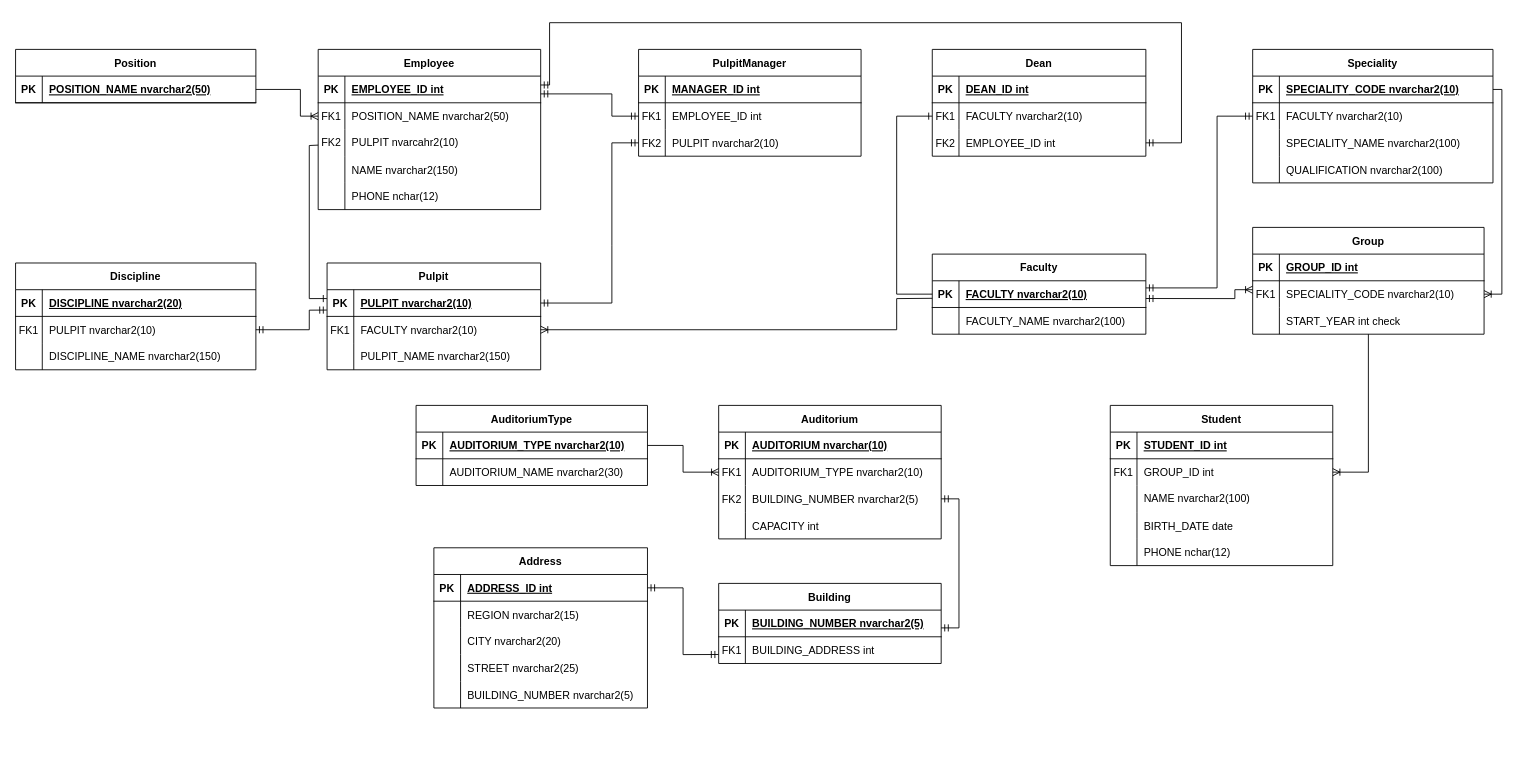
This is page "Oracle" (2 of 4) of Lab1/Schemas.drawio from 0ero-1ne/CSPA-methods, a draw.io file, before an edit. Source tidied: cells renumbered, new cells numbered last; positions are measured from the earlier drawing's top-left corner, leaving out a move shared by most shapes. Both pictures are drawn from the tidied source at 89%, with x=0, y=0 at pixel (15, 22).
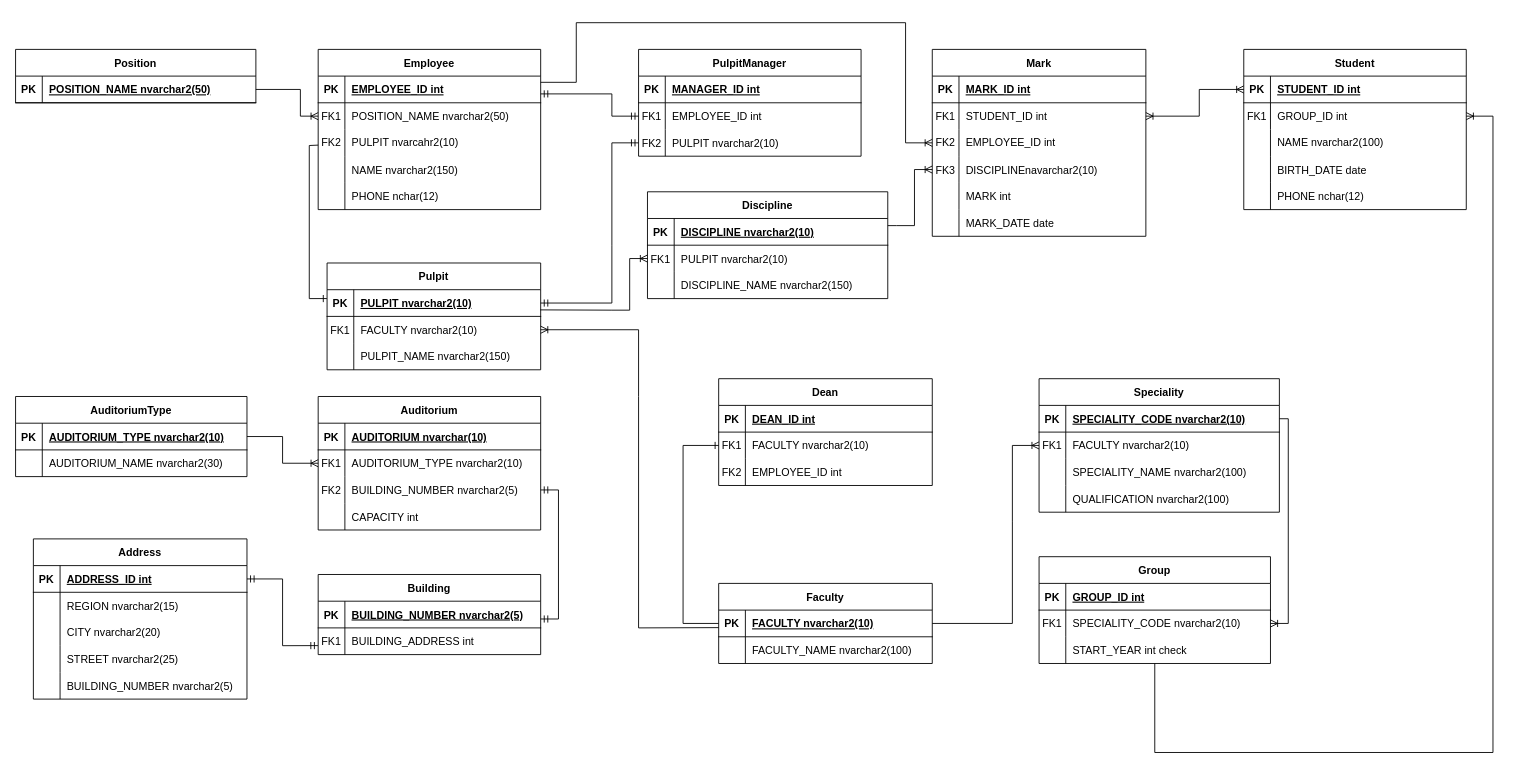
Above is the later version.

Unchanged cells that the change refers to:
```xml
<mxCell id="3" style="shape=partialRectangle;fillColor=none;points=[[0,0.5],[1,0.5]];portConstraint=eastwest;top=0;left=0;right=0;bottom=1;" parent="2" vertex="1">
  <mxGeometry y="30" width="240" height="30" as="geometry" />
</mxCell>
<mxCell id="6" style="shape=partialRectangle;fillColor=none;points=[[0,0.5],[1,0.5]];portConstraint=eastwest;top=0;left=0;right=0;bottom=0;" parent="2" vertex="1">
  <mxGeometry y="60" width="240" height="30" as="geometry" />
</mxCell>
<mxCell id="16" style="shape=partialRectangle;fillColor=none;points=[[0,0.5],[1,0.5]];portConstraint=eastwest;top=0;left=0;right=0;bottom=0;" parent="12" vertex="1">
  <mxGeometry y="60" width="250" height="30" as="geometry" />
</mxCell>
<mxCell id="20" style="shape=partialRectangle;fillColor=none;points=[[0,0.5],[1,0.5]];portConstraint=eastwest;top=0;left=0;right=0;bottom=1;" parent="19" vertex="1">
  <mxGeometry y="30" width="240" height="30" as="geometry" />
</mxCell>
<mxCell id="27" style="shape=partialRectangle;fillColor=none;points=[[0,0.5],[1,0.5]];portConstraint=eastwest;top=0;left=0;right=0;bottom=1;" parent="26" vertex="1">
  <mxGeometry y="30" width="240" height="30" as="geometry" />
</mxCell>
<mxCell id="43" style="shape=partialRectangle;fillColor=none;points=[[0,0.5],[1,0.5]];portConstraint=eastwest;top=0;left=0;right=0;bottom=1;" parent="42" vertex="1">
  <mxGeometry y="30" width="260" height="30" as="geometry" />
</mxCell>
<mxCell id="53" style="shape=partialRectangle;fillColor=none;points=[[0,0.5],[1,0.5]];portConstraint=eastwest;top=0;left=0;right=0;bottom=0;" parent="49" vertex="1">
  <mxGeometry y="60" width="250" height="30" as="geometry" />
</mxCell>
<mxCell id="56" style="shape=partialRectangle;fillColor=none;points=[[0,0.5],[1,0.5]];portConstraint=eastwest;top=0;left=0;right=0;bottom=0;" parent="49" vertex="1">
  <mxGeometry y="90" width="250" height="30" as="geometry" />
</mxCell>
<mxCell id="86" style="shape=partialRectangle;fillColor=none;points=[[0,0.5],[1,0.5]];portConstraint=eastwest;top=0;left=0;right=0;bottom=0;" parent="82" vertex="1">
  <mxGeometry y="60" width="240" height="30" as="geometry" />
</mxCell>
<mxCell id="89" style="shape=partialRectangle;fillColor=none;points=[[0,0.5],[1,0.5]];portConstraint=eastwest;top=0;left=0;right=0;bottom=0;" parent="82" vertex="1">
  <mxGeometry y="90" width="240" height="30" as="geometry" />
</mxCell>
<mxCell id="103" style="shape=partialRectangle;fillColor=none;points=[[0,0.5],[1,0.5]];portConstraint=eastwest;top=0;left=0;right=0;bottom=1;" parent="102" vertex="1">
  <mxGeometry y="30" width="270" height="30" as="geometry" />
</mxCell>
<mxCell id="106" style="shape=partialRectangle;fillColor=none;points=[[0,0.5],[1,0.5]];portConstraint=eastwest;top=0;left=0;right=0;bottom=0;" parent="102" vertex="1">
  <mxGeometry y="60" width="270" height="30" as="geometry" />
</mxCell>
<mxCell id="113" style="shape=partialRectangle;fillColor=none;points=[[0,0.5],[1,0.5]];portConstraint=eastwest;top=0;left=0;right=0;bottom=1;" parent="112" vertex="1">
  <mxGeometry y="30" width="270" height="30" as="geometry" />
</mxCell>
<mxCell id="116" style="shape=partialRectangle;fillColor=none;points=[[0,0.5],[1,0.5]];portConstraint=eastwest;top=0;left=0;right=0;bottom=0;" parent="112" vertex="1">
  <mxGeometry y="60" width="270" height="30" as="geometry" />
</mxCell>
<mxCell id="129" style="shape=partialRectangle;fillColor=none;points=[[0,0.5],[1,0.5]];portConstraint=eastwest;top=0;left=0;right=0;bottom=0;" parent="125" vertex="1">
  <mxGeometry y="60" width="260" height="30" as="geometry" />
</mxCell>
<mxCell id="136" style="shape=partialRectangle;fillColor=none;points=[[0,0.5],[1,0.5]];portConstraint=eastwest;top=0;left=0;right=0;bottom=1;" parent="135" vertex="1">
  <mxGeometry y="30" width="250" height="30" as="geometry" />
</mxCell>
<mxCell id="139" style="shape=partialRectangle;fillColor=none;points=[[0,0.5],[1,0.5]];portConstraint=eastwest;top=0;left=0;right=0;bottom=0;" parent="135" vertex="1">
  <mxGeometry y="60" width="250" height="30" as="geometry" />
</mxCell>
```

Change to the diagram source:
```diff
@@
     <mxCell id="12" value="Building" style="shape=table;startSize=30;childLayout=tableLayout;rowLines=0;fontStyle=1;align=center;" parent="1" vertex="1">
-      <mxGeometry x="790" y="630" width="250" height="90" as="geometry" />
+      <mxGeometry x="340" y="620" width="250" height="90" as="geometry" />
     </mxCell>
@@
     <mxCell id="19" value="Faculty" style="shape=table;startSize=30;childLayout=tableLayout;rowLines=0;fontStyle=1;align=center;" parent="1" vertex="1">
-      <mxGeometry x="1030" y="260" width="240" height="90" as="geometry" />
+      <mxGeometry x="790" y="630" width="240" height="90" as="geometry" />
     </mxCell>
@@
     <mxCell id="26" value="Address" style="shape=table;startSize=30;childLayout=tableLayout;rowLines=0;fontStyle=1;align=center;" parent="1" vertex="1">
-      <mxGeometry x="470" y="590" width="240" height="180" as="geometry" />
+      <mxGeometry x="20" y="580" width="240" height="180" as="geometry" />
     </mxCell>
@@
     <mxCell id="42" value="AuditoriumType" style="shape=table;startSize=30;childLayout=tableLayout;rowLines=0;fontStyle=1;align=center;" parent="1" vertex="1">
-      <mxGeometry x="450" y="430" width="260" height="90" as="geometry" />
+      <mxGeometry y="420" width="260" height="90" as="geometry" />
     </mxCell>
@@
     <mxCell id="49" value="Auditorium" style="shape=table;startSize=30;childLayout=tableLayout;rowLines=0;fontStyle=1;align=center;" parent="1" vertex="1">
-      <mxGeometry x="790" y="430" width="250" height="150" as="geometry" />
+      <mxGeometry x="340" y="420" width="250" height="150" as="geometry" />
     </mxCell>
@@
     <mxCell id="82" value="Dean" style="shape=table;startSize=30;childLayout=tableLayout;rowLines=0;fontStyle=1;align=center;" parent="1" vertex="1">
-      <mxGeometry x="1030" y="30" width="240" height="120" as="geometry" />
+      <mxGeometry x="790" y="400" width="240" height="120" as="geometry" />
     </mxCell>
@@
     <mxCell id="102" value="Discipline" style="shape=table;startSize=30;childLayout=tableLayout;rowLines=0;fontStyle=1;align=center;" parent="1" vertex="1">
-      <mxGeometry y="270" width="270" height="120" as="geometry" />
+      <mxGeometry x="710" y="190" width="270" height="120" as="geometry" />
     </mxCell>
@@
-    <mxCell id="105" value="DISCIPLINE nvarchar2(20)" style="shape=partialRectangle;overflow=hidden;fillColor=none;top=0;left=0;bottom=0;right=0;align=left;spacingLeft=6;fontStyle=5;" parent="103" vertex="1">
+    <mxCell id="105" value="DISCIPLINE nvarchar2(10)" style="shape=partialRectangle;overflow=hidden;fillColor=none;top=0;left=0;bottom=0;right=0;align=left;spacingLeft=6;fontStyle=5;" parent="103" vertex="1">
       <mxGeometry x="30" width="240" height="30" as="geometry" />
     </mxCell>
@@
     <mxCell id="112" value="Speciality" style="shape=table;startSize=30;childLayout=tableLayout;rowLines=0;fontStyle=1;align=center;" parent="1" vertex="1">
-      <mxGeometry x="1390" y="30" width="270" height="150" as="geometry" />
+      <mxGeometry x="1150" y="400" width="270" height="150" as="geometry" />
     </mxCell>
@@
     <mxCell id="125" value="Group" style="shape=table;startSize=30;childLayout=tableLayout;rowLines=0;fontStyle=1;align=center;" parent="1" vertex="1">
-      <mxGeometry x="1390" y="230" width="260" height="120" as="geometry" />
+      <mxGeometry x="1150" y="600" width="260" height="120" as="geometry" />
     </mxCell>
@@
     <mxCell id="135" value="Student" style="shape=table;startSize=30;childLayout=tableLayout;rowLines=0;fontStyle=1;align=center;" parent="1" vertex="1">
-      <mxGeometry x="1230" y="430" width="250" height="180" as="geometry" />
+      <mxGeometry x="1380" y="30" width="250" height="180" as="geometry" />
     </mxCell>
@@
     <mxCell id="152" style="fontSize=12;html=1;endArrow=ERoneToMany;rounded=0;exitX=0;exitY=0.656;exitDx=0;exitDy=0;entryX=1;entryY=0.5;entryDx=0;entryDy=0;exitPerimeter=0;" parent="1" edge="1" source="20" target="6">
       <mxGeometry relative="1" as="geometry">
         <Array as="points">
-          <mxPoint x="990" y="310" />
-          <mxPoint x="990" y="345" />
+          <mxPoint x="700" y="680" />
+          <mxPoint x="700" y="420" />
+          <mxPoint x="700" y="345" />
         </Array>
       </mxGeometry>
     </mxCell>
@@
     <mxCell id="154" style="fontSize=12;html=1;endArrow=ERone;endFill=1;rounded=0;entryX=0;entryY=0.5;entryDx=0;entryDy=0;exitX=0;exitY=0.5;exitDx=0;exitDy=0;" parent="1" edge="1" source="20" target="86">
       <mxGeometry relative="1" as="geometry">
         <Array as="points">
-          <mxPoint x="990" y="305" />
-          <mxPoint x="990" y="105" />
+          <mxPoint x="750" y="675" />
+          <mxPoint x="750" y="475" />
         </Array>
       </mxGeometry>
     </mxCell>
@@
-    <mxCell id="157" style="fontSize=12;html=1;endArrow=ERmandOne;startArrow=ERmandOne;rounded=0;exitX=0;exitY=0.5;exitDx=0;exitDy=0;" parent="1" edge="1" source="116">
-      <mxGeometry relative="1" as="geometry">
-        <mxPoint x="1270" y="298" as="targetPoint" />
-        <Array as="points">
-          <mxPoint x="1350" y="105" />
-          <mxPoint x="1350" y="298" />
-        </Array>
-      </mxGeometry>
-    </mxCell>
-    <mxCell id="158" style="fontSize=12;html=1;endArrow=ERmandOne;startArrow=ERmandOne;rounded=0;exitX=1;exitY=0.5;exitDx=0;exitDy=0;entryX=-0.001;entryY=0.763;entryDx=0;entryDy=0;entryPerimeter=0;" parent="1" edge="1" source="106" target="3">
-      <mxGeometry relative="1" as="geometry">
-        <Array as="points">
-          <mxPoint x="330" y="345" />
-          <mxPoint x="330" y="323" />
-        </Array>
-      </mxGeometry>
-    </mxCell>
-    <mxCell id="159" style="fontSize=12;html=1;endArrow=ERoneToMany;startArrow=ERmandOne;rounded=0;exitX=1;exitY=0.5;exitDx=0;exitDy=0;" parent="1" edge="1">
-      <mxGeometry relative="1" as="geometry">
-        <mxPoint x="1270" y="309.9" as="sourcePoint" />
-        <mxPoint x="1390" y="300" as="targetPoint" />
-        <Array as="points">
-          <mxPoint x="1370" y="310" />
-          <mxPoint x="1370" y="300" />
-        </Array>
-      </mxGeometry>
-    </mxCell>
     <mxCell id="160" style="fontSize=12;html=1;endArrow=ERoneToMany;rounded=0;exitX=1;exitY=0.5;exitDx=0;exitDy=0;entryX=1;entryY=0.5;entryDx=0;entryDy=0;" parent="1" edge="1" source="113" target="129">
       <mxGeometry relative="1" as="geometry">
         <Array as="points">
-          <mxPoint x="1670" y="75" />
-          <mxPoint x="1670" y="305" />
+          <mxPoint x="1430" y="445" />
+          <mxPoint x="1430" y="675" />
         </Array>
       </mxGeometry>
     </mxCell>
     <mxCell id="161" style="fontSize=12;html=1;endArrow=ERoneToMany;rounded=0;exitX=1;exitY=0.5;exitDx=0;exitDy=0;entryX=0;entryY=0.5;entryDx=0;entryDy=0;" parent="1" edge="1" source="43" target="53">
       <mxGeometry relative="1" as="geometry">
         <Array as="points">
-          <mxPoint x="750" y="475" />
-          <mxPoint x="750" y="505" />
+          <mxPoint x="300" y="465" />
+          <mxPoint x="300" y="495" />
         </Array>
       </mxGeometry>
     </mxCell>
     <mxCell id="162" style="fontSize=12;html=1;endArrow=ERmandOne;startArrow=ERmandOne;rounded=0;exitX=1;exitY=0.5;exitDx=0;exitDy=0;entryX=-0.001;entryY=0.663;entryDx=0;entryDy=0;entryPerimeter=0;" parent="1" edge="1" source="27" target="16">
       <mxGeometry relative="1" as="geometry">
         <Array as="points">
-          <mxPoint x="750" y="635" />
-          <mxPoint x="750" y="710" />
+          <mxPoint x="300" y="625" />
+          <mxPoint x="300" y="700" />
         </Array>
       </mxGeometry>
     </mxCell>
     <mxCell id="163" style="fontSize=12;html=1;endArrow=ERoneToMany;rounded=0;exitX=0.5;exitY=1;exitDx=0;exitDy=0;entryX=1;entryY=0.5;entryDx=0;entryDy=0;" parent="1" edge="1" source="125" target="139">
       <mxGeometry relative="1" as="geometry">
         <Array as="points">
-          <mxPoint x="1520" y="505" />
+          <mxPoint x="1280" y="820" />
+          <mxPoint x="1660" y="820" />
+          <mxPoint x="1660" y="105" />
         </Array>
       </mxGeometry>
     </mxCell>
     <mxCell id="164" style="fontSize=12;html=1;endArrow=ERmandOne;startArrow=ERmandOne;rounded=0;exitX=1;exitY=0.5;exitDx=0;exitDy=0;" parent="1" edge="1" source="56">
       <mxGeometry relative="1" as="geometry">
-        <mxPoint x="1040" y="680" as="targetPoint" />
+        <mxPoint x="590" y="670" as="targetPoint" />
         <Array as="points">
-          <mxPoint x="1060" y="535" />
-          <mxPoint x="1060" y="680" />
+          <mxPoint x="610" y="525" />
+          <mxPoint x="610" y="670" />
         </Array>
       </mxGeometry>
     </mxCell>
-    <mxCell id="165" style="fontSize=12;html=1;endArrow=ERmandOne;startArrow=ERmandOne;rounded=0;exitX=1;exitY=0.5;exitDx=0;exitDy=0;" parent="1" edge="1" source="89">
-      <mxGeometry relative="1" as="geometry">
-        <mxPoint x="590" y="70" as="targetPoint" />
-        <Array as="points">
-          <mxPoint x="1310" y="135" />
-          <mxPoint x="1310" />
-          <mxPoint x="600" />
-          <mxPoint x="600" y="70" />
-        </Array>
-      </mxGeometry>
-    </mxCell>
+    <mxCell id="166" value="Mark" style="shape=table;startSize=30;childLayout=tableLayout;rowLines=0;fontStyle=1;align=center;" parent="1" vertex="1">
+      <mxGeometry x="1030" y="30" width="240" height="210" as="geometry" />
+    </mxCell>
+    <mxCell id="167" style="shape=partialRectangle;fillColor=none;top=0;left=0;right=0;bottom=1;" parent="166" vertex="1">
+      <mxGeometry y="30" width="240" height="30" as="geometry" />
+    </mxCell>
+    <mxCell id="168" value="PK" style="shape=partialRectangle;overflow=hidden;fillColor=none;top=0;left=0;bottom=0;right=0;fontStyle=1;" parent="167" vertex="1">
+      <mxGeometry width="30" height="30" as="geometry" />
+    </mxCell>
+    <mxCell id="169" value="MARK_ID int" style="shape=partialRectangle;overflow=hidden;fillColor=none;top=0;left=0;bottom=0;right=0;align=left;spacingLeft=6;fontStyle=5;" parent="167" vertex="1">
+      <mxGeometry x="30" width="210" height="30" as="geometry" />
+    </mxCell>
+    <mxCell id="170" style="shape=partialRectangle;fillColor=none;points=[[0,0.5],[1,0.5]];portConstraint=eastwest;top=0;left=0;right=0;bottom=0;" parent="166" vertex="1">
+      <mxGeometry y="60" width="240" height="30" as="geometry" />
+    </mxCell>
+    <mxCell id="171" value="FK1" style="shape=partialRectangle;overflow=hidden;fillColor=none;top=0;left=0;bottom=0;right=0;" parent="170" vertex="1">
+      <mxGeometry width="30" height="30" as="geometry" />
+    </mxCell>
+    <mxCell id="172" value="STUDENT_ID int" style="shape=partialRectangle;overflow=hidden;fillColor=none;top=0;left=0;bottom=0;right=0;align=left;spacingLeft=6;" parent="170" vertex="1">
+      <mxGeometry x="30" width="210" height="30" as="geometry" />
+    </mxCell>
+    <mxCell id="173" style="shape=tableRow;horizontal=0;startSize=0;swimlaneHead=0;swimlaneBody=0;fillColor=none;points=[[0,0.5],[1,0.5]];portConstraint=eastwest;top=0;left=0;right=0;bottom=0;" parent="166" vertex="1">
+      <mxGeometry y="90" width="240" height="30" as="geometry" />
+    </mxCell>
+    <mxCell id="174" value="FK2" style="shape=partialRectangle;fillColor=none;top=0;left=0;bottom=0;right=0;fontStyle=0;overflow=hidden;whiteSpace=wrap;html=1;" parent="173" vertex="1">
+      <mxGeometry width="30" height="30" as="geometry" />
+    </mxCell>
+    <mxCell id="175" value="EMPLOYEE_ID int" style="shape=partialRectangle;fillColor=none;top=0;left=0;bottom=0;right=0;align=left;spacingLeft=6;fontStyle=0;overflow=hidden;whiteSpace=wrap;html=1;" parent="173" vertex="1">
+      <mxGeometry x="30" width="210" height="30" as="geometry" />
+    </mxCell>
+    <mxCell id="176" style="shape=tableRow;horizontal=0;startSize=0;swimlaneHead=0;swimlaneBody=0;fillColor=none;points=[[0,0.5],[1,0.5]];portConstraint=eastwest;top=0;left=0;right=0;bottom=0;" parent="166" vertex="1">
+      <mxGeometry y="120" width="240" height="30" as="geometry" />
+    </mxCell>
+    <mxCell id="177" value="FK3" style="shape=partialRectangle;fillColor=none;top=0;left=0;bottom=0;right=0;overflow=hidden;" parent="176" vertex="1">
+      <mxGeometry width="30" height="30" as="geometry" />
+    </mxCell>
+    <mxCell id="178" value="DISCIPLINEnavarchar2(10)" style="shape=partialRectangle;fillColor=none;top=0;left=0;bottom=0;right=0;align=left;spacingLeft=6;overflow=hidden;" parent="176" vertex="1">
+      <mxGeometry x="30" width="210" height="30" as="geometry" />
+    </mxCell>
+    <mxCell id="179" style="shape=tableRow;horizontal=0;startSize=0;swimlaneHead=0;swimlaneBody=0;fillColor=none;top=0;left=0;right=0;bottom=0;" parent="166" vertex="1">
+      <mxGeometry y="150" width="240" height="30" as="geometry" />
+    </mxCell>
+    <mxCell id="180" style="shape=partialRectangle;fillColor=none;top=0;left=0;bottom=0;right=0;overflow=hidden;" parent="179" vertex="1">
+      <mxGeometry width="30" height="30" as="geometry" />
+    </mxCell>
+    <mxCell id="181" value="MARK int" style="shape=partialRectangle;fillColor=none;top=0;left=0;bottom=0;right=0;align=left;spacingLeft=6;overflow=hidden;" parent="179" vertex="1">
+      <mxGeometry x="30" width="210" height="30" as="geometry" />
+    </mxCell>
+    <mxCell id="182" style="shape=partialRectangle;fillColor=none;top=0;left=0;right=0;bottom=0;" parent="166" vertex="1">
+      <mxGeometry y="180" width="240" height="30" as="geometry" />
+    </mxCell>
+    <mxCell id="183" style="shape=partialRectangle;overflow=hidden;fillColor=none;top=0;left=0;bottom=0;right=0;" parent="182" vertex="1">
+      <mxGeometry width="30" height="30" as="geometry" />
+    </mxCell>
+    <mxCell id="184" value="MARK_DATE date" style="shape=partialRectangle;overflow=hidden;fillColor=none;top=0;left=0;bottom=0;right=0;align=left;spacingLeft=6;" parent="182" vertex="1">
+      <mxGeometry x="30" width="210" height="30" as="geometry" />
+    </mxCell>
+    <mxCell id="185" style="fontSize=12;html=1;endArrow=ERoneToMany;rounded=0;exitX=0.998;exitY=0.756;exitDx=0;exitDy=0;entryX=0;entryY=0.5;entryDx=0;entryDy=0;exitPerimeter=0;" parent="1" edge="1" source="3" target="106">
+      <mxGeometry relative="1" as="geometry">
+        <Array as="points">
+          <mxPoint x="670" y="323" />
+          <mxPoint x="690" y="323" />
+          <mxPoint x="690" y="265" />
+        </Array>
+      </mxGeometry>
+    </mxCell>
+    <mxCell id="186" style="fontSize=12;html=1;endArrow=ERoneToMany;startArrow=ERoneToMany;rounded=0;entryX=0;entryY=0.5;entryDx=0;entryDy=0;exitX=1;exitY=0.5;exitDx=0;exitDy=0;" parent="1" edge="1" source="170" target="136">
+      <mxGeometry relative="1" as="geometry">
+        <Array as="points">
+          <mxPoint x="1330" y="105" />
+          <mxPoint x="1330" y="75" />
+        </Array>
+      </mxGeometry>
+    </mxCell>
+    <mxCell id="187" style="fontSize=12;html=1;endArrow=ERoneToMany;rounded=0;exitX=1;exitY=0.267;exitDx=0;exitDy=0;entryX=0;entryY=0.5;entryDx=0;entryDy=0;exitPerimeter=0;" parent="1" edge="1" source="103" target="176">
+      <mxGeometry relative="1" as="geometry">
+        <Array as="points">
+          <mxPoint x="990" y="228" />
+          <mxPoint x="1010" y="228" />
+          <mxPoint x="1010" y="165" />
+        </Array>
+      </mxGeometry>
+    </mxCell>
+    <mxCell id="188" style="fontSize=12;html=1;endArrow=ERoneToMany;rounded=0;entryX=0;entryY=0.5;entryDx=0;entryDy=0;" parent="1" edge="1" target="173">
+      <mxGeometry relative="1" as="geometry">
+        <mxPoint x="590" y="67" as="sourcePoint" />
+        <Array as="points">
+          <mxPoint x="630" y="67" />
+          <mxPoint x="630" />
+          <mxPoint x="1000" />
+          <mxPoint x="1000" y="135" />
+        </Array>
+      </mxGeometry>
+    </mxCell>
+    <mxCell id="189" style="fontSize=12;html=1;endArrow=ERoneToMany;rounded=0;exitX=1;exitY=0.5;exitDx=0;exitDy=0;entryX=0;entryY=0.5;entryDx=0;entryDy=0;" parent="1" edge="1" source="20" target="116">
+      <mxGeometry relative="1" as="geometry">
+        <Array as="points">
+          <mxPoint x="1120" y="675" />
+          <mxPoint x="1120" y="560" />
+          <mxPoint x="1120" y="475" />
+        </Array>
+      </mxGeometry>
+    </mxCell>
```
